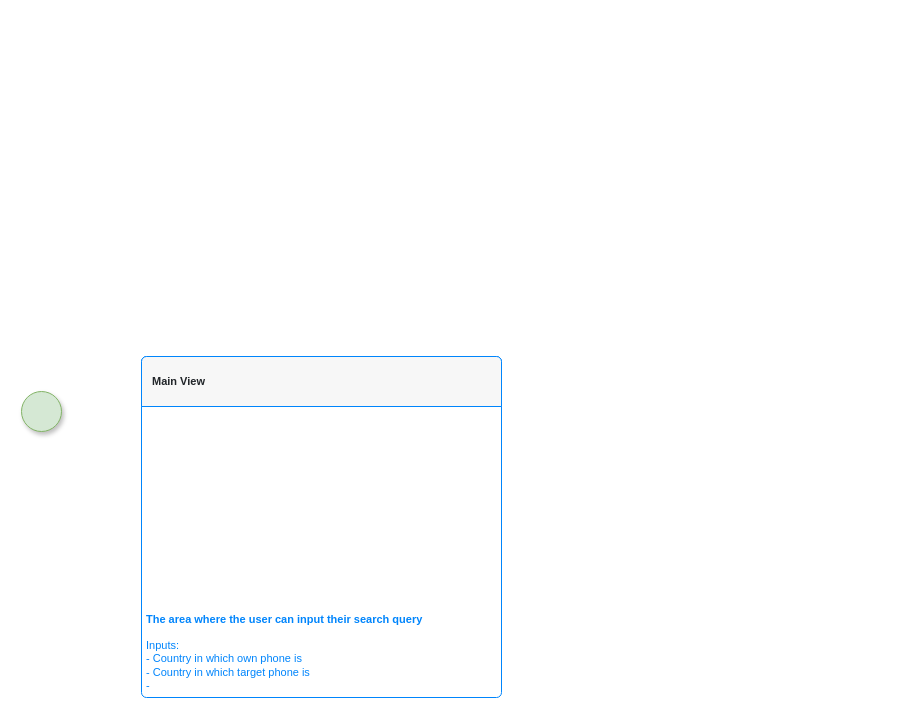
Before: page "User Experience" (1 of 2) of Structure/roaming_tool_app_flow.drawio in code-null/roamingTool, a draw.io diagram. Source tidied: cells renumbered, new cells numbered last; positions are measured from the earlier drawing's top-left corner, leaving out a move shared by most shapes. Both pictures are drawn from the tidied source at 100%, with x=0, y=0 at pixel (21, 356).
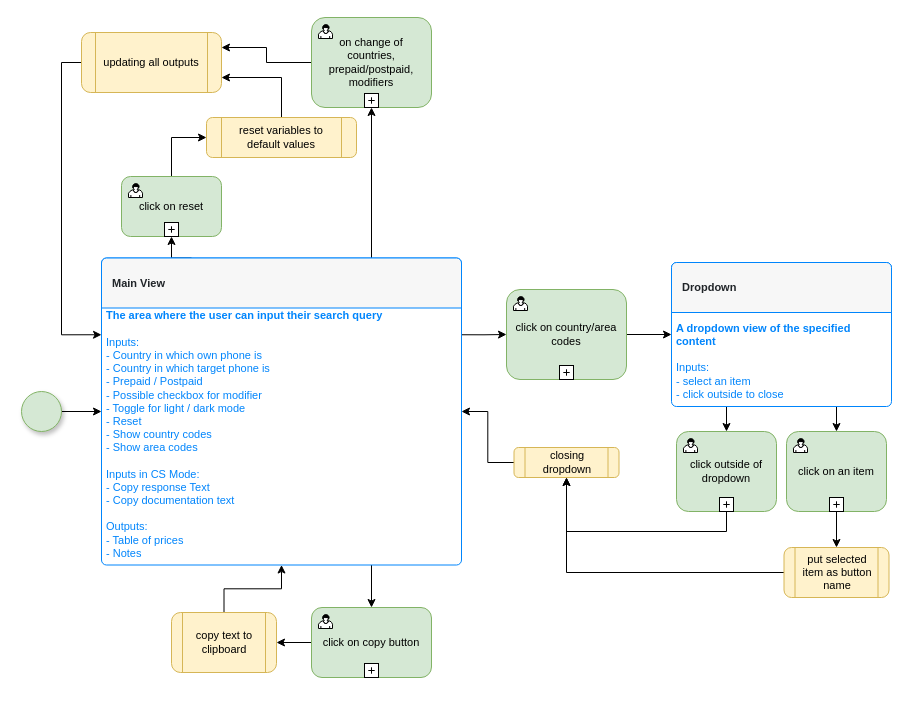
After the change.

The change refers to these unchanged cells:
```xml
<mxCell id="2" style="shape=ellipse;shadow=1;rounded=1;glass=0;sketch=0;fillColor=#d5e8d4;strokeColor=#82b366;fontSize=11;" parent="1" vertex="1">
  <mxGeometry y="35" width="40" height="40" as="geometry" />
</mxCell>
```

Change to the diagram source:
```diff
@@
+    <mxCell id="5" style="edgeStyle=orthogonalEdgeStyle;rounded=0;jettySize=auto;html=1;exitX=1;exitY=0.5;exitDx=0;exitDy=0;entryX=0;entryY=0.5;entryDx=0;entryDy=0;" parent="1" edge="1" source="2" target="3">
+      <mxGeometry relative="1" as="geometry" />
+    </mxCell>
@@
+    <mxCell id="6" style="edgeStyle=orthogonalEdgeStyle;rounded=0;jettySize=auto;html=1;exitX=0.75;exitY=0;exitDx=0;exitDy=0;entryX=0.5;entryY=1;entryDx=0;entryDy=0;" parent="1" edge="1" source="3" target="11">
+      <mxGeometry relative="1" as="geometry" />
+    </mxCell>
+    <mxCell id="7" style="edgeStyle=orthogonalEdgeStyle;rounded=0;jettySize=auto;html=1;exitX=0.25;exitY=0;exitDx=0;exitDy=0;entryX=0.5;entryY=1;entryDx=0;entryDy=0;" parent="1" edge="1" source="3" target="19">
+      <mxGeometry relative="1" as="geometry" />
+    </mxCell>
+    <mxCell id="8" style="edgeStyle=orthogonalEdgeStyle;rounded=0;jettySize=auto;html=1;exitX=1;exitY=0.25;exitDx=0;exitDy=0;entryX=0;entryY=0.5;entryDx=0;entryDy=0;" parent="1" edge="1" source="3" target="23">
+      <mxGeometry relative="1" as="geometry" />
+    </mxCell>
+    <mxCell id="9" style="edgeStyle=orthogonalEdgeStyle;rounded=0;jettySize=auto;html=1;exitX=0.75;exitY=1;exitDx=0;exitDy=0;entryX=0.5;entryY=0;entryDx=0;entryDy=0;" parent="1" edge="1" source="3" target="43">
+      <mxGeometry relative="1" as="geometry" />
+    </mxCell>
-    <mxCell id="3" value="&lt;b&gt;The area where the user can input their search query&lt;/b&gt;&lt;br style=&quot;font-size: 11px&quot;&gt;&lt;br style=&quot;font-size: 11px&quot;&gt;Inputs:&lt;br&gt;- Country in which own phone is&lt;br&gt;- Country in which target phone is&lt;br&gt;-" style="html=1;shadow=0;dashed=0;shape=mxgraph.bootstrap.rrect;rSize=5;strokeColor=#0085FC;html=1;whiteSpace=wrap;fillColor=#ffffff;fontColor=#0085FC;verticalAlign=bottom;align=left;spacing=5;spacingBottom=0;fontSize=11;rounded=1;glass=0;sketch=0;spacingLeft=0;points=[[0,0.5],[1,0.5],[0,0.75],[1,0.75],[0,0.25],[1,0.25],[0.5,1],[0.5,0],[0.75,1],[0.75,0],[0.25,1],[0.25,0],[1,1],[0,1],[1,0],[0,0]];" parent="1" vertex="1">
-      <mxGeometry x="120" width="360" height="341" as="geometry" />
+    <mxCell id="3" value="&lt;b&gt;The area where the user can input their search query&lt;/b&gt;&lt;br style=&quot;font-size: 11px&quot;&gt;&lt;br style=&quot;font-size: 11px&quot;&gt;Inputs:&lt;br&gt;- Country in which own phone is&lt;br&gt;- Country in which target phone is&lt;br&gt;- Prepaid / Postpaid&lt;br&gt;- Possible checkbox for modifier&lt;br&gt;- Toggle for light / dark mode&lt;br&gt;- Reset&lt;br&gt;- Show country codes&lt;br&gt;- Show area codes&lt;br&gt;&lt;br&gt;Inputs in CS Mode:&lt;br&gt;- Copy response Text&lt;br&gt;- Copy documentation text&lt;br&gt;&lt;br&gt;Outputs:&lt;br&gt;- Table of prices&lt;br&gt;- Notes" style="html=1;shadow=0;dashed=0;shape=mxgraph.bootstrap.rrect;rSize=5;strokeColor=#0085FC;html=1;whiteSpace=wrap;fillColor=#ffffff;fontColor=#0085FC;verticalAlign=bottom;align=left;spacing=5;spacingBottom=0;fontSize=11;rounded=1;glass=0;sketch=0;spacingLeft=0;points=[[0,0.5],[1,0.5],[0,0.75],[1,0.75],[0,0.25],[1,0.25],[0.5,1],[0.5,0],[0.75,1],[0.75,0],[0.25,1],[0.25,0],[1,1],[0,1],[1,0],[0,0]];" parent="1" vertex="1">
+      <mxGeometry x="80" y="-98.5" width="360" height="307" as="geometry" />
     </mxCell>
@@
+    <mxCell id="10" style="edgeStyle=orthogonalEdgeStyle;rounded=0;jettySize=auto;html=1;exitX=0;exitY=0.5;exitDx=0;exitDy=0;entryX=1;entryY=0.25;entryDx=0;entryDy=0;" parent="1" edge="1" source="11" target="15">
+      <mxGeometry relative="1" as="geometry" />
+    </mxCell>
+    <mxCell id="11" value="on change of&lt;br&gt;countries, prepaid/postpaid, modifiers" style="html=1;whiteSpace=wrap;rounded=1;fillColor=#d5e8d4;strokeColor=#82b366;fontSize=11;" parent="1" vertex="1">
+      <mxGeometry x="290" y="-339" width="120" height="90" as="geometry" />
+    </mxCell>
+    <mxCell id="12" style="html=1;shape=mxgraph.bpmn.user_task;fontSize=11;" parent="11" vertex="1">
+      <mxGeometry width="14" height="14" relative="1" as="geometry">
+        <mxPoint x="7" y="7" as="offset" />
+      </mxGeometry>
+    </mxCell>
+    <mxCell id="13" style="html=1;shape=plus;fontSize=11;" parent="11" vertex="1">
+      <mxGeometry x="0.5" y="1" width="14" height="14" relative="1" as="geometry">
+        <mxPoint x="-7" y="-14" as="offset" />
+      </mxGeometry>
+    </mxCell>
+    <mxCell id="14" style="edgeStyle=orthogonalEdgeStyle;rounded=0;jettySize=auto;html=1;exitX=0;exitY=0.5;exitDx=0;exitDy=0;entryX=0;entryY=0.25;entryDx=0;entryDy=0;" parent="1" edge="1" source="15" target="3">
+      <mxGeometry relative="1" as="geometry">
+        <Array as="points">
+          <mxPoint x="40" y="-294" />
+          <mxPoint x="40" y="-22" />
+        </Array>
+      </mxGeometry>
+    </mxCell>
+    <mxCell id="15" value="updating all outputs" style="shape=process;whiteSpace=wrap;html=1;backgroundOutline=1;strokeColor=#d6b656;fillColor=#fff2cc;rounded=1;fontSize=11;" parent="1" vertex="1">
+      <mxGeometry x="60" y="-324" width="140" height="60" as="geometry" />
+    </mxCell>
+    <mxCell id="16" style="edgeStyle=orthogonalEdgeStyle;rounded=0;jettySize=auto;html=1;exitX=0.5;exitY=0;exitDx=0;exitDy=0;entryX=0;entryY=0.5;entryDx=0;entryDy=0;" parent="1" edge="1" source="17" target="21">
+      <mxGeometry relative="1" as="geometry" />
+    </mxCell>
+    <mxCell id="17" value="click on reset" style="html=1;whiteSpace=wrap;rounded=1;fillColor=#d5e8d4;strokeColor=#82b366;fontSize=11;" parent="1" vertex="1">
+      <mxGeometry x="100" y="-180" width="100" height="60" as="geometry" />
+    </mxCell>
+    <mxCell id="18" style="html=1;shape=mxgraph.bpmn.user_task;fontSize=11;" parent="17" vertex="1">
+      <mxGeometry width="14" height="14" relative="1" as="geometry">
+        <mxPoint x="7" y="7" as="offset" />
+      </mxGeometry>
+    </mxCell>
+    <mxCell id="19" style="html=1;shape=plus;outlineConnect=0;fontSize=11;" parent="17" vertex="1">
+      <mxGeometry x="0.5" y="1" width="14" height="14" relative="1" as="geometry">
+        <mxPoint x="-7" y="-14" as="offset" />
+      </mxGeometry>
+    </mxCell>
+    <mxCell id="20" style="edgeStyle=orthogonalEdgeStyle;rounded=0;jettySize=auto;html=1;exitX=0.5;exitY=0;exitDx=0;exitDy=0;entryX=1;entryY=0.75;entryDx=0;entryDy=0;" parent="1" edge="1" source="21" target="15">
+      <mxGeometry relative="1" as="geometry" />
+    </mxCell>
+    <mxCell id="21" value="reset variables to default values" style="shape=process;whiteSpace=wrap;html=1;backgroundOutline=1;strokeColor=#d6b656;fillColor=#fff2cc;rounded=1;fontSize=11;" parent="1" vertex="1">
+      <mxGeometry x="185" y="-239" width="150" height="40" as="geometry" />
+    </mxCell>
+    <mxCell id="22" style="edgeStyle=orthogonalEdgeStyle;rounded=0;jettySize=auto;html=1;exitX=1;exitY=0.5;exitDx=0;exitDy=0;entryX=0;entryY=0.5;entryDx=0;entryDy=0;" parent="1" edge="1" source="23" target="28">
+      <mxGeometry relative="1" as="geometry" />
+    </mxCell>
+    <mxCell id="23" value="click on country/area codes" style="html=1;whiteSpace=wrap;rounded=1;fillColor=#d5e8d4;strokeColor=#82b366;fontSize=11;" parent="1" vertex="1">
+      <mxGeometry x="485" y="-67" width="120" height="90" as="geometry" />
+    </mxCell>
+    <mxCell id="24" style="html=1;shape=mxgraph.bpmn.user_task;fontSize=11;" parent="23" vertex="1">
+      <mxGeometry width="14" height="14" relative="1" as="geometry">
+        <mxPoint x="7" y="7" as="offset" />
+      </mxGeometry>
+    </mxCell>
+    <mxCell id="25" style="html=1;shape=plus;fontSize=11;" parent="23" vertex="1">
+      <mxGeometry x="0.5" y="1" width="14" height="14" relative="1" as="geometry">
+        <mxPoint x="-7" y="-14" as="offset" />
+      </mxGeometry>
+    </mxCell>
+    <mxCell id="26" style="edgeStyle=orthogonalEdgeStyle;rounded=0;jettySize=auto;html=1;exitX=0.75;exitY=1;exitDx=0;exitDy=0;entryX=0.5;entryY=0;entryDx=0;entryDy=0;" parent="1" edge="1" source="28" target="34">
+      <mxGeometry relative="1" as="geometry" />
+    </mxCell>
+    <mxCell id="27" style="edgeStyle=orthogonalEdgeStyle;rounded=0;jettySize=auto;html=1;exitX=0.25;exitY=1;exitDx=0;exitDy=0;entryX=0.5;entryY=0;entryDx=0;entryDy=0;" parent="1" edge="1" source="28" target="38">
+      <mxGeometry relative="1" as="geometry" />
+    </mxCell>
+    <mxCell id="28" value="&lt;b style=&quot;font-size: 11px&quot;&gt;&lt;font style=&quot;font-size: 11px&quot;&gt;A dropdown view of the specified content&lt;/font&gt;&lt;/b&gt;&lt;br style=&quot;font-size: 11px&quot;&gt;&lt;br&gt;Inputs:&lt;br style=&quot;font-size: 11px&quot;&gt;- select an item&lt;br&gt;- click outside to close" style="html=1;shadow=0;dashed=0;shape=mxgraph.bootstrap.rrect;rSize=5;strokeColor=#0085FC;html=1;whiteSpace=wrap;fillColor=#ffffff;fontColor=#0085FC;verticalAlign=bottom;align=left;spacing=5;spacingBottom=0;fontSize=11;rounded=1;glass=0;sketch=0;spacingLeft=0;points=[[0,0.5],[1,0.5],[0,0.75],[1,0.75],[0,0.25],[1,0.25],[0.5,1],[0.5,0],[0.75,1],[0.75,0],[0.25,1],[0.25,0],[1,1],[0,1],[1,0],[0,0]];" parent="1" vertex="1">
+      <mxGeometry x="650" y="-94" width="220" height="144" as="geometry" />
+    </mxCell>
+    <mxCell id="29" value="&lt;b&gt;Dropdown&lt;/b&gt;" style="html=1;shadow=0;dashed=0;shape=mxgraph.bootstrap.topButton;rSize=5;perimeter=none;whiteSpace=wrap;fillColor=#F7F7F7;strokeColor=#0085FC;fontColor=#212529;fontSize=11;align=left;spacing=11;spacingLeft=0;" parent="28" vertex="1">
+      <mxGeometry width="220" height="50" relative="1" as="geometry" />
+    </mxCell>
+    <mxCell id="30" style="edgeStyle=orthogonalEdgeStyle;rounded=0;jettySize=auto;html=1;exitX=0;exitY=0.5;exitDx=0;exitDy=0;entryX=1;entryY=0.5;entryDx=0;entryDy=0;" parent="1" edge="1" source="31" target="3">
+      <mxGeometry relative="1" as="geometry" />
+    </mxCell>
+    <mxCell id="31" value="closing dropdown" style="shape=process;whiteSpace=wrap;html=1;backgroundOutline=1;strokeColor=#d6b656;fillColor=#fff2cc;rounded=1;fontSize=11;" parent="1" vertex="1">
+      <mxGeometry x="492.5" y="91" width="105" height="30" as="geometry" />
+    </mxCell>
+    <mxCell id="32" style="edgeStyle=orthogonalEdgeStyle;rounded=0;jettySize=auto;html=1;exitX=0;exitY=0.5;exitDx=0;exitDy=0;entryX=0.5;entryY=1;entryDx=0;entryDy=0;" parent="1" edge="1" source="33" target="31">
+      <mxGeometry relative="1" as="geometry" />
+    </mxCell>
+    <mxCell id="33" value="put selected item as button name" style="shape=process;whiteSpace=wrap;html=1;backgroundOutline=1;strokeColor=#d6b656;fillColor=#fff2cc;rounded=1;fontSize=11;" parent="1" vertex="1">
+      <mxGeometry x="762.5" y="191" width="105" height="50" as="geometry" />
+    </mxCell>
+    <mxCell id="34" value="click on an item" style="html=1;whiteSpace=wrap;rounded=1;fillColor=#d5e8d4;strokeColor=#82b366;fontSize=11;" parent="1" vertex="1">
+      <mxGeometry x="765" y="75" width="100" height="80" as="geometry" />
+    </mxCell>
+    <mxCell id="35" style="html=1;shape=mxgraph.bpmn.user_task;fontSize=11;" parent="34" vertex="1">
+      <mxGeometry width="14" height="14" relative="1" as="geometry">
+        <mxPoint x="7" y="7" as="offset" />
+      </mxGeometry>
+    </mxCell>
+    <mxCell id="36" style="html=1;shape=plus;outlineConnect=0;fontSize=11;" parent="34" vertex="1">
+      <mxGeometry x="0.5" y="1" width="14" height="14" relative="1" as="geometry">
+        <mxPoint x="-7" y="-14" as="offset" />
+      </mxGeometry>
+    </mxCell>
+    <mxCell id="37" style="edgeStyle=orthogonalEdgeStyle;rounded=0;jettySize=auto;html=1;exitX=0.5;exitY=1;exitDx=0;exitDy=0;entryX=0.5;entryY=0;entryDx=0;entryDy=0;" parent="34" edge="1" source="36" target="33">
+      <mxGeometry relative="1" as="geometry" />
+    </mxCell>
+    <mxCell id="38" value="click outside of dropdown" style="html=1;whiteSpace=wrap;rounded=1;fillColor=#d5e8d4;strokeColor=#82b366;fontSize=11;" parent="1" vertex="1">
+      <mxGeometry x="655" y="75" width="100" height="80" as="geometry" />
+    </mxCell>
+    <mxCell id="39" style="html=1;shape=mxgraph.bpmn.user_task;fontSize=11;" parent="38" vertex="1">
+      <mxGeometry width="14" height="14" relative="1" as="geometry">
+        <mxPoint x="7" y="7" as="offset" />
+      </mxGeometry>
+    </mxCell>
+    <mxCell id="40" style="html=1;shape=plus;outlineConnect=0;fontSize=11;" parent="38" vertex="1">
+      <mxGeometry x="0.5" y="1" width="14" height="14" relative="1" as="geometry">
+        <mxPoint x="-7" y="-14" as="offset" />
+      </mxGeometry>
+    </mxCell>
+    <mxCell id="41" style="edgeStyle=orthogonalEdgeStyle;rounded=0;jettySize=auto;html=1;exitX=0.5;exitY=1;exitDx=0;exitDy=0;entryX=0.5;entryY=1;entryDx=0;entryDy=0;" parent="38" edge="1" source="40" target="31">
+      <mxGeometry relative="1" as="geometry" />
+    </mxCell>
+    <mxCell id="42" style="edgeStyle=orthogonalEdgeStyle;rounded=0;jettySize=auto;html=1;exitX=0;exitY=0.5;exitDx=0;exitDy=0;entryX=1;entryY=0.5;entryDx=0;entryDy=0;" parent="1" edge="1" source="43" target="47">
+      <mxGeometry relative="1" as="geometry" />
+    </mxCell>
+    <mxCell id="43" value="click on copy button" style="html=1;whiteSpace=wrap;rounded=1;fillColor=#d5e8d4;strokeColor=#82b366;fontSize=11;" parent="1" vertex="1">
+      <mxGeometry x="290" y="251" width="120" height="70" as="geometry" />
+    </mxCell>
+    <mxCell id="44" style="html=1;shape=mxgraph.bpmn.user_task;fontSize=11;" parent="43" vertex="1">
+      <mxGeometry width="14" height="14" relative="1" as="geometry">
+        <mxPoint x="7" y="7" as="offset" />
+      </mxGeometry>
+    </mxCell>
+    <mxCell id="45" style="html=1;shape=plus;fontSize=11;" parent="43" vertex="1">
+      <mxGeometry x="0.5" y="1" width="14" height="14" relative="1" as="geometry">
+        <mxPoint x="-7" y="-14" as="offset" />
+      </mxGeometry>
+    </mxCell>
+    <mxCell id="46" style="edgeStyle=orthogonalEdgeStyle;rounded=0;jettySize=auto;html=1;exitX=0.5;exitY=0;exitDx=0;exitDy=0;entryX=0.5;entryY=1;entryDx=0;entryDy=0;" parent="1" edge="1" source="47" target="3">
+      <mxGeometry relative="1" as="geometry" />
+    </mxCell>
+    <mxCell id="47" value="copy text to clipboard" style="shape=process;whiteSpace=wrap;html=1;backgroundOutline=1;strokeColor=#d6b656;fillColor=#fff2cc;rounded=1;fontSize=11;" parent="1" vertex="1">
+      <mxGeometry x="150" y="256" width="105" height="60" as="geometry" />
+    </mxCell>
```
